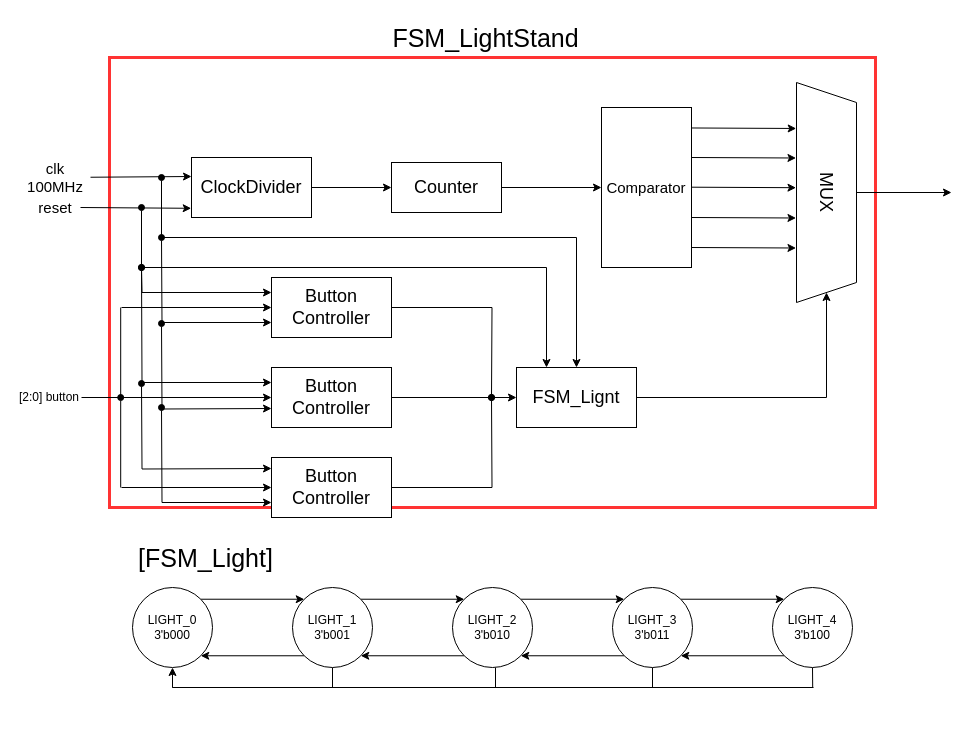
Earlier version of the draw.io diagram FSM_LightStand.drawio (whoni159789/FSM_LightStand). Source tidied: cells renumbered, new cells numbered last; positions are measured from the earlier drawing's top-left corner, leaving out a move shared by most shapes. Both pictures are drawn from the tidied source at 100%, with x=0, y=0 at pixel (17, 17).
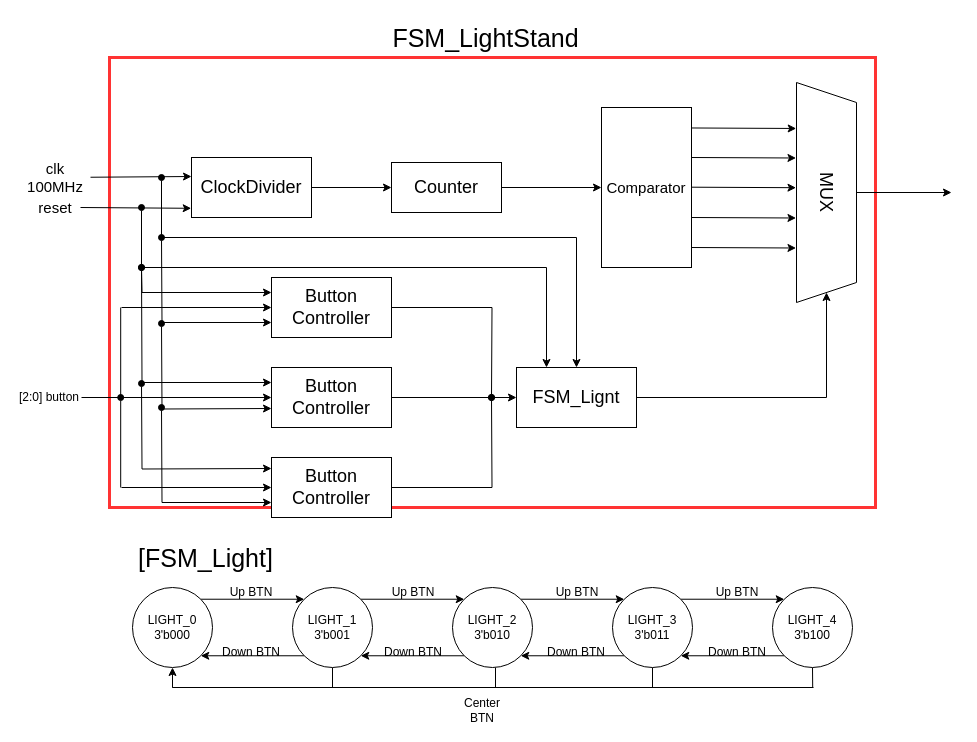
The same diagram, later.

The edit, as a diff of the source:
```diff
@@
+    <mxCell id="61" value="Up BTN" style="text;html=1;strokeColor=none;fillColor=none;align=center;verticalAlign=middle;whiteSpace=wrap;rounded=0;" parent="1" vertex="1">
+      <mxGeometry x="204" y="560" width="60" height="30" as="geometry" />
+    </mxCell>
+    <mxCell id="62" value="Up BTN" style="text;html=1;strokeColor=none;fillColor=none;align=center;verticalAlign=middle;whiteSpace=wrap;rounded=0;" parent="1" vertex="1">
+      <mxGeometry x="366" y="560" width="60" height="30" as="geometry" />
+    </mxCell>
+    <mxCell id="63" value="Up BTN" style="text;html=1;strokeColor=none;fillColor=none;align=center;verticalAlign=middle;whiteSpace=wrap;rounded=0;" parent="1" vertex="1">
+      <mxGeometry x="690" y="560" width="60" height="30" as="geometry" />
+    </mxCell>
+    <mxCell id="64" value="Up BTN" style="text;html=1;strokeColor=none;fillColor=none;align=center;verticalAlign=middle;whiteSpace=wrap;rounded=0;" parent="1" vertex="1">
+      <mxGeometry x="530" y="560" width="60" height="30" as="geometry" />
+    </mxCell>
+    <mxCell id="65" value="Down BTN" style="text;html=1;strokeColor=none;fillColor=none;align=center;verticalAlign=middle;whiteSpace=wrap;rounded=0;" parent="1" vertex="1">
+      <mxGeometry x="204" y="620" width="60" height="30" as="geometry" />
+    </mxCell>
+    <mxCell id="66" value="Down BTN" style="text;html=1;strokeColor=none;fillColor=none;align=center;verticalAlign=middle;whiteSpace=wrap;rounded=0;" parent="1" vertex="1">
+      <mxGeometry x="366" y="620" width="60" height="30" as="geometry" />
+    </mxCell>
+    <mxCell id="67" value="Down BTN" style="text;html=1;strokeColor=none;fillColor=none;align=center;verticalAlign=middle;whiteSpace=wrap;rounded=0;" parent="1" vertex="1">
+      <mxGeometry x="529" y="620" width="60" height="30" as="geometry" />
+    </mxCell>
+    <mxCell id="68" value="Down BTN" style="text;html=1;strokeColor=none;fillColor=none;align=center;verticalAlign=middle;whiteSpace=wrap;rounded=0;" parent="1" vertex="1">
+      <mxGeometry x="690" y="620" width="60" height="30" as="geometry" />
+    </mxCell>
+    <mxCell id="69" value="Center BTN" style="text;html=1;strokeColor=none;fillColor=none;align=center;verticalAlign=middle;whiteSpace=wrap;rounded=0;" parent="1" vertex="1">
+      <mxGeometry x="435" y="678" width="60" height="30" as="geometry" />
+    </mxCell>
```
